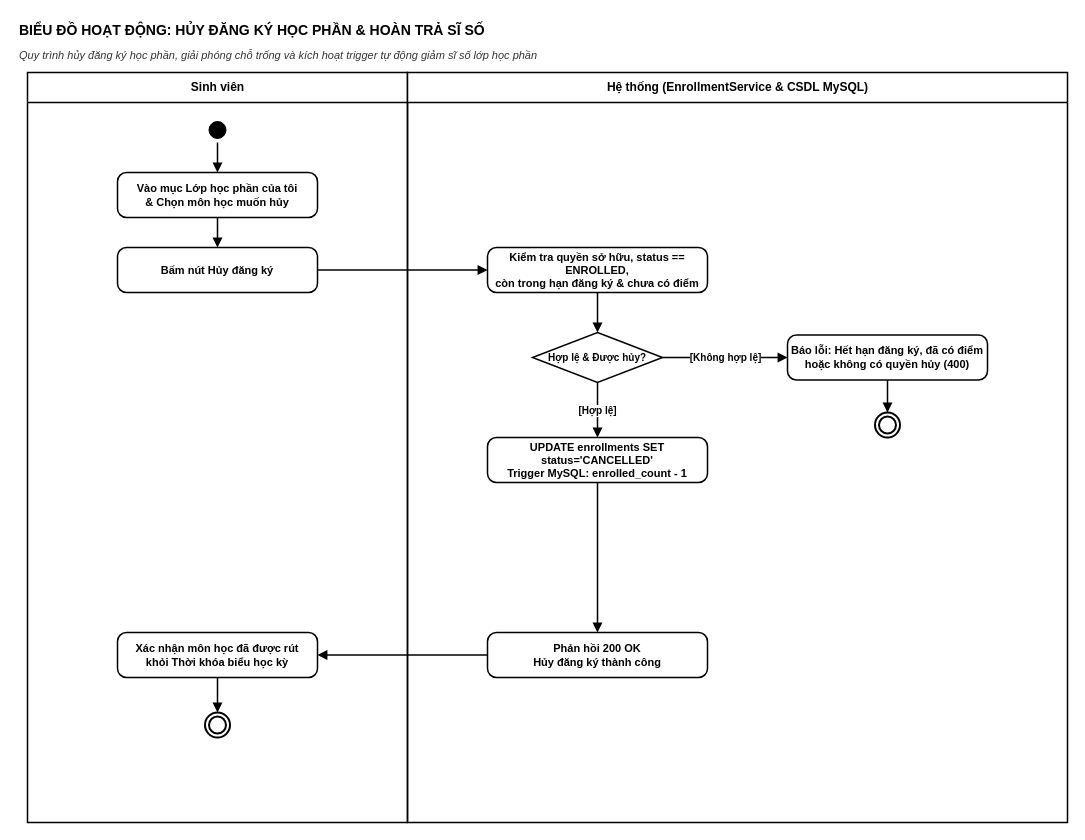
Earlier version of the draw.io diagram page "12. Hủy đăng ký Học phần" (12 of 23) of drawio/Activity_Diagrams.drawio (DevMarkie/DoAnChuyenNganh). Source tidied: cells renumbered, new cells numbered last; positions are measured from the earlier drawing's top-left corner, leaving out a move shared by most shapes. Both pictures are drawn from the tidied source at 100%, with x=0, y=0 at pixel (17, 17).
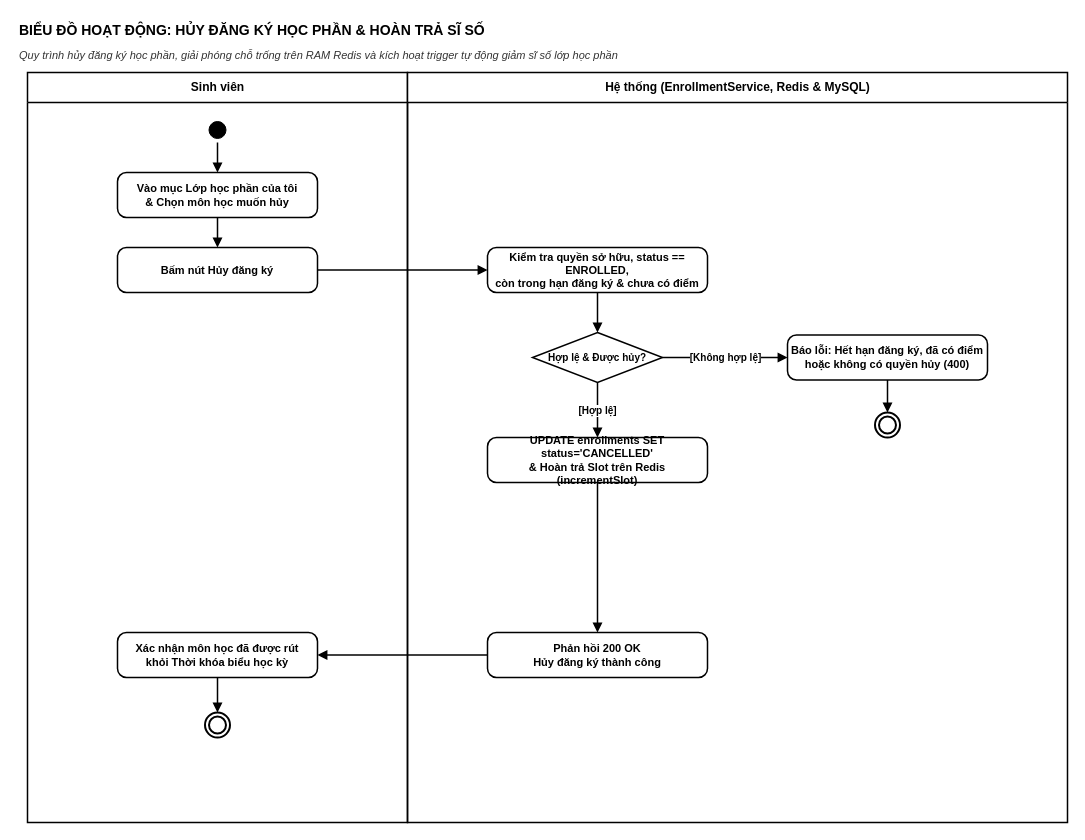
The same page after the edit.

What changed in the source:
```diff
@@
-    <mxCell id="3" value="Quy trình hủy đăng ký học phần, giải phóng chỗ trống và kích hoạt trigger tự động giảm sĩ số lớp học phần" style="text;html=1;strokeColor=none;fillColor=none;align=left;verticalAlign=middle;whiteSpace=wrap;rounded=0;fontStyle=2;fontSize=11;fontColor=#333333;" parent="1" vertex="1">
+    <mxCell id="3" value="Quy trình hủy đăng ký học phần, giải phóng chỗ trống trên RAM Redis và kích hoạt trigger tự động giảm sĩ số lớp học phần" style="text;html=1;strokeColor=none;fillColor=none;align=left;verticalAlign=middle;whiteSpace=wrap;rounded=0;fontStyle=2;fontSize=11;fontColor=#333333;" parent="1" vertex="1">
       <mxGeometry y="28" width="950" height="20" as="geometry" />
     </mxCell>
@@
-    <mxCell id="5" value="Hệ thống (EnrollmentService &amp; CSDL MySQL)" style="swimlane;html=1;fillColor=#ffffff;strokeColor=#000000;strokeWidth=1.5;fontStyle=1;fontSize=12;fontColor=#000000;startSize=30;" parent="1" vertex="1">
+    <mxCell id="5" value="Hệ thống (EnrollmentService, Redis &amp; MySQL)" style="swimlane;html=1;fillColor=#ffffff;strokeColor=#000000;strokeWidth=1.5;fontStyle=1;fontSize=12;fontColor=#000000;startSize=30;" parent="1" vertex="1">
       <mxGeometry x="390" y="55" width="660" height="750" as="geometry" />
     </mxCell>
@@
-    <mxCell id="15" value="UPDATE enrollments SET status='CANCELLED'&#10;Trigger MySQL: enrolled_count - 1" style="rounded=1;whiteSpace=wrap;html=1;arcSize=20;fillColor=#ffffff;strokeColor=#000000;strokeWidth=1.5;fontStyle=1;fontSize=11;fontColor=#000000;spacing=4;" parent="1" vertex="1">
+    <mxCell id="15" value="UPDATE enrollments SET status='CANCELLED'&#10;&amp; Hoàn trả Slot trên Redis (incrementSlot)" style="rounded=1;whiteSpace=wrap;html=1;arcSize=20;fillColor=#ffffff;strokeColor=#000000;strokeWidth=1.5;fontStyle=1;fontSize=11;fontColor=#000000;spacing=4;" parent="1" vertex="1">
       <mxGeometry x="470" y="420" width="220" height="45" as="geometry" />
     </mxCell>
```
